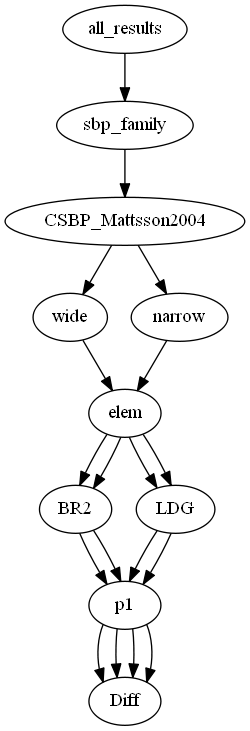
Above: visual/all_results_1d.dot.png in zolargwrk/PySBP (Graphviz), before the change. Its source is kept beside it as visual/all_results_1d.dot.
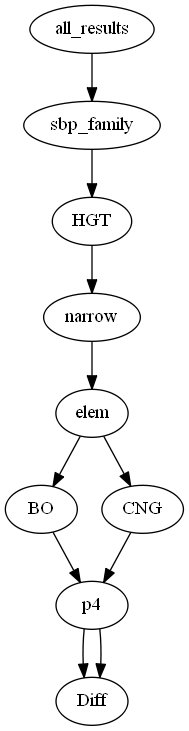
Above is the later version.

Change to the diagram source:
```diff
@@ -1,39 +1,23 @@
 digraph tree {
     "all_results";
     "sbp_family";
-    "CSBP_Mattsson2004";
-    "wide";
-    "elem";
-    "BR2";
-    "p1";
-    "Diff";
-    "LDG";
-    "p1";
-    "Diff";
+    "HGT";
     "narrow";
     "elem";
-    "BR2";
-    "p1";
+    "BO";
+    "p4";
     "Diff";
-    "LDG";
-    "p1";
+    "CNG";
+    "p4";
     "Diff";
     "all_results" -> "sbp_family";
-    "sbp_family" -> "CSBP_Mattsson2004";
-    "CSBP_Mattsson2004" -> "wide";
-    "CSBP_Mattsson2004" -> "narrow";
-    "wide" -> "elem";
-    "elem" -> "BR2";
-    "elem" -> "LDG";
-    "BR2" -> "p1";
-    "p1" -> "Diff";
-    "LDG" -> "p1";
-    "p1" -> "Diff";
+    "sbp_family" -> "HGT";
+    "HGT" -> "narrow";
     "narrow" -> "elem";
-    "elem" -> "BR2";
-    "elem" -> "LDG";
-    "BR2" -> "p1";
-    "p1" -> "Diff";
-    "LDG" -> "p1";
-    "p1" -> "Diff";
+    "elem" -> "BO";
+    "elem" -> "CNG";
+    "BO" -> "p4";
+    "p4" -> "Diff";
+    "CNG" -> "p4";
+    "p4" -> "Diff";
 }
```
